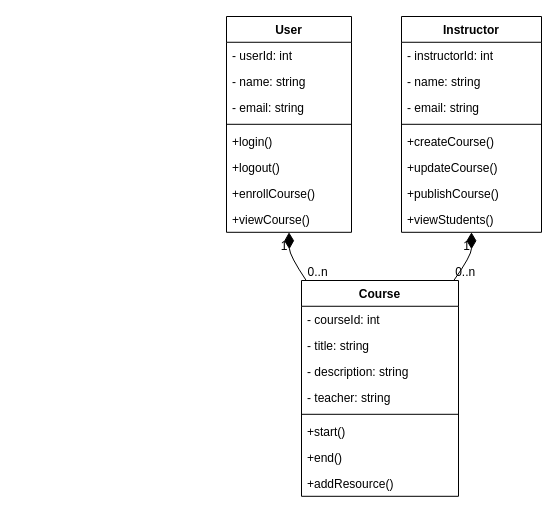
Above: Untitled Diagram.drawio in Taha-Shaban-Kaamel/Ecommerce (draw.io), before the change. Source tidied: cells renumbered, new cells numbered last; positions are measured from the earlier drawing's top-left corner, leaving out a move shared by most shapes. Both pictures are drawn from the tidied source at 100%, with x=0, y=0 at pixel (226, 16).
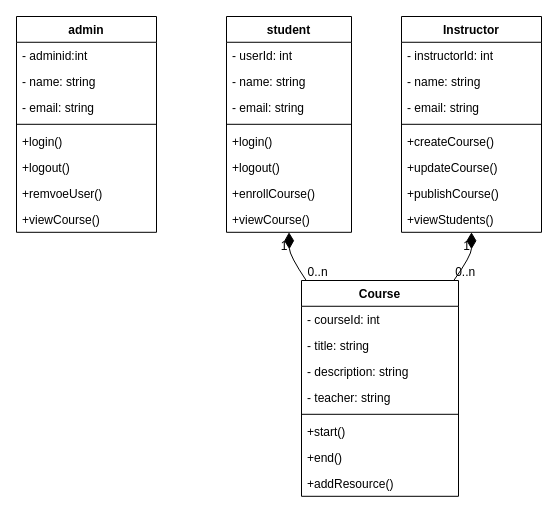
The same page after the edit.

Change to the diagram source:
```diff
@@
-    <mxCell id="2" value="User" style="swimlane;fontStyle=1;align=center;verticalAlign=top;horizontal=1;startSize=25.774999618530273;" parent="1" vertex="1">
+    <mxCell id="2" value="student" style="swimlane;fontStyle=1;align=center;verticalAlign=top;horizontal=1;startSize=25.774999618530273;" parent="1" vertex="1">
       <mxGeometry width="125" height="215.8" as="geometry" />
     </mxCell>
@@
+    <mxCell id="35" value="admin" style="swimlane;fontStyle=1;align=center;verticalAlign=top;horizontal=1;startSize=25.774999618530273;" parent="1" vertex="1">
+      <mxGeometry x="-210" width="140" height="215.8" as="geometry" />
+    </mxCell>
+    <mxCell id="36" value="- adminid:int" style="text;strokeColor=none;fillColor=none;align=left;verticalAlign=top;spacingLeft=4;spacingRight=4;overflow=hidden;" parent="35" vertex="1">
+      <mxGeometry y="25.8" width="140" height="26" as="geometry" />
+    </mxCell>
+    <mxCell id="37" value="- name: string" style="text;strokeColor=none;fillColor=none;align=left;verticalAlign=top;spacingLeft=4;spacingRight=4;overflow=hidden;" parent="35" vertex="1">
+      <mxGeometry y="51.8" width="140" height="26" as="geometry" />
+    </mxCell>
+    <mxCell id="38" value="- email: string" style="text;strokeColor=none;fillColor=none;align=left;verticalAlign=top;spacingLeft=4;spacingRight=4;overflow=hidden;" parent="35" vertex="1">
+      <mxGeometry y="77.8" width="140" height="26" as="geometry" />
+    </mxCell>
+    <mxCell id="39" style="line;strokeWidth=1;fillColor=none;align=left;verticalAlign=middle;spacingTop=-1;spacingLeft=3;spacingRight=3;labelPosition=right;strokeColor=inherit;" parent="35" vertex="1">
+      <mxGeometry y="103.8" width="140" height="8" as="geometry" />
+    </mxCell>
+    <mxCell id="40" value="+login()" style="text;strokeColor=none;fillColor=none;align=left;verticalAlign=top;spacingLeft=4;spacingRight=4;overflow=hidden;" parent="35" vertex="1">
+      <mxGeometry y="111.8" width="140" height="26" as="geometry" />
+    </mxCell>
+    <mxCell id="41" value="+logout()" style="text;strokeColor=none;fillColor=none;align=left;verticalAlign=top;spacingLeft=4;spacingRight=4;overflow=hidden;" parent="35" vertex="1">
+      <mxGeometry y="137.8" width="140" height="26" as="geometry" />
+    </mxCell>
+    <mxCell id="42" value="+remvoeUser()" style="text;strokeColor=none;fillColor=none;align=left;verticalAlign=top;spacingLeft=4;spacingRight=4;overflow=hidden;" parent="35" vertex="1">
+      <mxGeometry y="163.8" width="140" height="26" as="geometry" />
+    </mxCell>
+    <mxCell id="43" value="+viewCourse()" style="text;strokeColor=none;fillColor=none;align=left;verticalAlign=top;spacingLeft=4;spacingRight=4;overflow=hidden;" parent="35" vertex="1">
+      <mxGeometry y="189.8" width="140" height="26" as="geometry" />
+    </mxCell>
```
